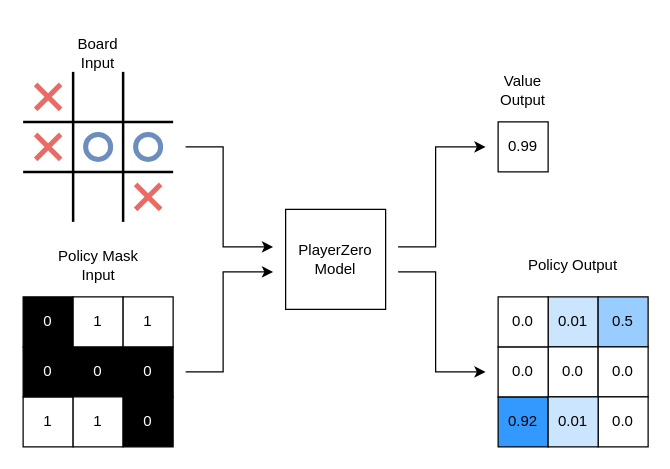
Klazkin/player-zero keeps this draw.io diagram as policy_mask_example.drawio. Above is the earlier version. Source tidied: cells renumbered, new cells numbered last; positions are measured from the earlier drawing's top-left corner, leaving out a move shared by most shapes. Both pictures are drawn from the tidied source at 125%, with x=0, y=0 at pixel (22, 34).
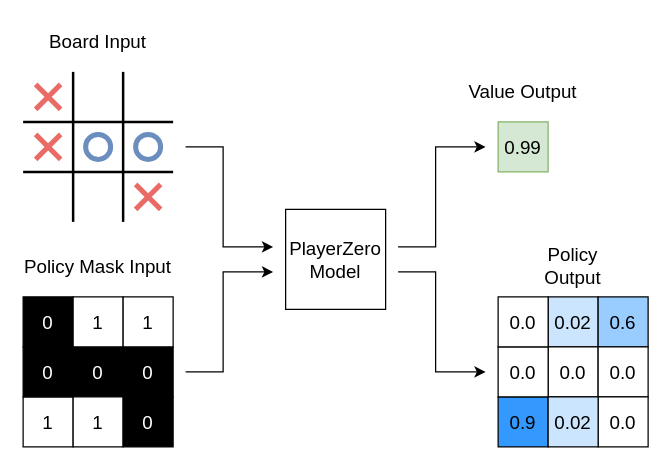
After the change.

Diff of the diagram source:
```diff
@@
-    <mxCell id="2" style="endArrow=none;html=1;rounded=0;strokeWidth=2;" parent="1" edge="1">
+    <mxCell id="2" style="endArrow=none;html=1;rounded=0;strokeWidth=2;fontSize=15;" parent="1" edge="1">
       <mxGeometry relative="1" as="geometry">
         <mxPoint x="40" y="150" as="sourcePoint" />
         <mxPoint x="40" y="30" as="targetPoint" />
       </mxGeometry>
     </mxCell>
-    <mxCell id="3" style="endArrow=none;html=1;rounded=0;strokeWidth=2;" parent="1" edge="1">
+    <mxCell id="3" style="endArrow=none;html=1;rounded=0;strokeWidth=2;fontSize=15;" parent="1" edge="1">
       <mxGeometry relative="1" as="geometry">
         <mxPoint y="110" as="sourcePoint" />
         <mxPoint x="120" y="110" as="targetPoint" />
       </mxGeometry>
     </mxCell>
-    <mxCell id="4" style="endArrow=none;html=1;rounded=0;strokeWidth=2;" parent="1" edge="1">
+    <mxCell id="4" style="endArrow=none;html=1;rounded=0;strokeWidth=2;fontSize=15;" parent="1" edge="1">
       <mxGeometry relative="1" as="geometry">
         <mxPoint x="80" y="150" as="sourcePoint" />
         <mxPoint x="80" y="30" as="targetPoint" />
       </mxGeometry>
     </mxCell>
-    <mxCell id="5" style="endArrow=none;html=1;rounded=0;strokeWidth=2;" parent="1" edge="1">
+    <mxCell id="5" style="endArrow=none;html=1;rounded=0;strokeWidth=2;fontSize=15;" parent="1" edge="1">
       <mxGeometry relative="1" as="geometry">
         <mxPoint y="70" as="sourcePoint" />
         <mxPoint x="120" y="70" as="targetPoint" />
       </mxGeometry>
     </mxCell>
-    <mxCell id="6" style="ellipse;whiteSpace=wrap;html=1;perimeterSpacing=0;strokeWidth=4;fillColor=none;strokeColor=#6c8ebf;" parent="1" vertex="1">
+    <mxCell id="6" style="ellipse;whiteSpace=wrap;html=1;perimeterSpacing=0;strokeWidth=4;fillColor=none;strokeColor=#6c8ebf;fontSize=15;" parent="1" vertex="1">
       <mxGeometry x="90" y="80" width="20" height="20" as="geometry" />
     </mxCell>
-    <mxCell id="7" style="endArrow=none;html=1;rounded=0;strokeWidth=4;strokeColor=#EA6B66;" parent="1" edge="1">
+    <mxCell id="7" style="endArrow=none;html=1;rounded=0;strokeWidth=4;strokeColor=#EA6B66;fontSize=15;" parent="1" edge="1">
       <mxGeometry relative="1" as="geometry">
         <mxPoint x="90" y="120" as="sourcePoint" />
         <mxPoint x="110" y="140" as="targetPoint" />
       </mxGeometry>
     </mxCell>
-    <mxCell id="8" style="endArrow=none;html=1;rounded=0;strokeWidth=4;strokeColor=#EA6B66;" parent="1" edge="1">
+    <mxCell id="8" style="endArrow=none;html=1;rounded=0;strokeWidth=4;strokeColor=#EA6B66;fontSize=15;" parent="1" edge="1">
       <mxGeometry relative="1" as="geometry">
         <mxPoint x="90" y="140" as="sourcePoint" />
         <mxPoint x="110" y="120" as="targetPoint" />
       </mxGeometry>
     </mxCell>
-    <mxCell id="9" style="endArrow=none;html=1;rounded=0;strokeWidth=4;strokeColor=#EA6B66;" parent="1" edge="1">
+    <mxCell id="9" style="endArrow=none;html=1;rounded=0;strokeWidth=4;strokeColor=#EA6B66;fontSize=15;" parent="1" edge="1">
       <mxGeometry relative="1" as="geometry">
         <mxPoint x="10" y="40" as="sourcePoint" />
         <mxPoint x="30" y="60" as="targetPoint" />
       </mxGeometry>
     </mxCell>
-    <mxCell id="10" style="endArrow=none;html=1;rounded=0;strokeWidth=4;strokeColor=#EA6B66;" parent="1" edge="1">
+    <mxCell id="10" style="endArrow=none;html=1;rounded=0;strokeWidth=4;strokeColor=#EA6B66;fontSize=15;" parent="1" edge="1">
       <mxGeometry relative="1" as="geometry">
         <mxPoint x="10" y="60" as="sourcePoint" />
         <mxPoint x="30" y="40" as="targetPoint" />
       </mxGeometry>
     </mxCell>
-    <mxCell id="11" style="ellipse;whiteSpace=wrap;html=1;perimeterSpacing=0;strokeWidth=4;fillColor=none;strokeColor=#6c8ebf;" parent="1" vertex="1">
+    <mxCell id="11" style="ellipse;whiteSpace=wrap;html=1;perimeterSpacing=0;strokeWidth=4;fillColor=none;strokeColor=#6c8ebf;fontSize=15;" parent="1" vertex="1">
       <mxGeometry x="50" y="80" width="20" height="20" as="geometry" />
     </mxCell>
-    <mxCell id="12" style="endArrow=none;html=1;rounded=0;strokeWidth=4;strokeColor=#EA6B66;" parent="1" edge="1">
+    <mxCell id="12" style="endArrow=none;html=1;rounded=0;strokeWidth=4;strokeColor=#EA6B66;fontSize=15;" parent="1" edge="1">
       <mxGeometry relative="1" as="geometry">
         <mxPoint x="10" y="80" as="sourcePoint" />
         <mxPoint x="30" y="100" as="targetPoint" />
       </mxGeometry>
     </mxCell>
-    <mxCell id="13" style="endArrow=none;html=1;rounded=0;strokeWidth=4;strokeColor=#EA6B66;" parent="1" edge="1">
+    <mxCell id="13" style="endArrow=none;html=1;rounded=0;strokeWidth=4;strokeColor=#EA6B66;fontSize=15;" parent="1" edge="1">
       <mxGeometry relative="1" as="geometry">
         <mxPoint x="10" y="100" as="sourcePoint" />
         <mxPoint x="30" y="80" as="targetPoint" />
       </mxGeometry>
     </mxCell>
-    <mxCell id="14" value="1" style="whiteSpace=wrap;html=1;" parent="1" vertex="1">
+    <mxCell id="14" value="1" style="whiteSpace=wrap;html=1;fontSize=15;" parent="1" vertex="1">
       <mxGeometry y="290" width="40" height="40" as="geometry" />
     </mxCell>
-    <mxCell id="15" value="0" style="whiteSpace=wrap;html=1;fillColor=#000000;fontColor=#FFFFFF;" parent="1" vertex="1">
+    <mxCell id="15" value="0" style="whiteSpace=wrap;html=1;fillColor=#000000;fontColor=#FFFFFF;fontSize=15;" parent="1" vertex="1">
       <mxGeometry y="250" width="40" height="40" as="geometry" />
     </mxCell>
-    <mxCell id="16" value="0" style="whiteSpace=wrap;html=1;fillColor=#000000;fontColor=#FFFFFF;" parent="1" vertex="1">
+    <mxCell id="16" value="0" style="whiteSpace=wrap;html=1;fillColor=#000000;fontColor=#FFFFFF;fontSize=15;" parent="1" vertex="1">
       <mxGeometry y="210" width="40" height="40" as="geometry" />
     </mxCell>
-    <mxCell id="17" value="0" style="whiteSpace=wrap;html=1;fillColor=#000000;fontColor=#FFFFFF;" parent="1" vertex="1">
+    <mxCell id="17" value="0" style="whiteSpace=wrap;html=1;fillColor=#000000;fontColor=#FFFFFF;fontSize=15;" parent="1" vertex="1">
       <mxGeometry x="40" y="250" width="40" height="40" as="geometry" />
     </mxCell>
-    <mxCell id="18" value="0" style="whiteSpace=wrap;html=1;fillColor=#000000;fontColor=#FFFFFF;" parent="1" vertex="1">
+    <mxCell id="18" value="0" style="whiteSpace=wrap;html=1;fillColor=#000000;fontColor=#FFFFFF;fontSize=15;" parent="1" vertex="1">
       <mxGeometry x="80" y="250" width="40" height="40" as="geometry" />
     </mxCell>
-    <mxCell id="19" value="1" style="whiteSpace=wrap;html=1;" parent="1" vertex="1">
+    <mxCell id="19" value="1" style="whiteSpace=wrap;html=1;fontSize=15;" parent="1" vertex="1">
       <mxGeometry x="40" y="290" width="40" height="40" as="geometry" />
     </mxCell>
-    <mxCell id="20" value="0" style="whiteSpace=wrap;html=1;fillColor=#000000;fontColor=#FFFFFF;" parent="1" vertex="1">
+    <mxCell id="20" value="0" style="whiteSpace=wrap;html=1;fillColor=#000000;fontColor=#FFFFFF;fontSize=15;" parent="1" vertex="1">
       <mxGeometry x="80" y="290" width="40" height="40" as="geometry" />
     </mxCell>
-    <mxCell id="21" value="1" style="whiteSpace=wrap;html=1;" parent="1" vertex="1">
+    <mxCell id="21" value="1" style="whiteSpace=wrap;html=1;fontSize=15;" parent="1" vertex="1">
       <mxGeometry x="40" y="210" width="40" height="40" as="geometry" />
     </mxCell>
-    <mxCell id="22" value="1" style="whiteSpace=wrap;html=1;" parent="1" vertex="1">
+    <mxCell id="22" value="1" style="whiteSpace=wrap;html=1;fontSize=15;" parent="1" vertex="1">
       <mxGeometry x="80" y="210" width="40" height="40" as="geometry" />
     </mxCell>
-    <mxCell id="23" value="Board Input" style="text;html=1;align=center;verticalAlign=middle;whiteSpace=wrap;rounded=0;" parent="1" vertex="1">
-      <mxGeometry x="30" width="60" height="30" as="geometry" />
+    <mxCell id="23" value="Board Input" style="text;html=1;align=center;verticalAlign=middle;whiteSpace=wrap;rounded=0;fontSize=15;" parent="1" vertex="1">
+      <mxGeometry x="5" y="-10" width="110" height="30" as="geometry" />
     </mxCell>
-    <mxCell id="24" value="Policy Mask Input" style="text;html=1;align=center;verticalAlign=middle;whiteSpace=wrap;rounded=0;" parent="1" vertex="1">
-      <mxGeometry x="12.5" y="170" width="95" height="30" as="geometry" />
+    <mxCell id="24" value="Policy Mask Input" style="text;html=1;align=center;verticalAlign=middle;whiteSpace=wrap;rounded=0;fontSize=15;" parent="1" vertex="1">
+      <mxGeometry y="170" width="120" height="30" as="geometry" />
     </mxCell>
-    <mxCell id="25" style="endArrow=classic;html=1;rounded=0;" parent="1" edge="1">
+    <mxCell id="25" style="endArrow=classic;html=1;rounded=0;fontSize=15;" parent="1" edge="1">
       <mxGeometry relative="1" as="geometry">
         <mxPoint x="130" y="90" as="sourcePoint" />
         <mxPoint x="200" y="170" as="targetPoint" />
         <Array as="points">
           <mxPoint x="160" y="90" />
           <mxPoint x="160" y="170" />
         </Array>
       </mxGeometry>
     </mxCell>
-    <mxCell id="26" style="endArrow=classic;html=1;rounded=0;" parent="1" edge="1">
+    <mxCell id="26" style="endArrow=classic;html=1;rounded=0;fontSize=15;" parent="1" edge="1">
       <mxGeometry relative="1" as="geometry">
         <mxPoint x="130" y="270" as="sourcePoint" />
         <mxPoint x="200" y="190" as="targetPoint" />
         <Array as="points">
           <mxPoint x="160" y="270" />
           <mxPoint x="160" y="190" />
         </Array>
       </mxGeometry>
     </mxCell>
-    <mxCell id="27" value="&lt;div&gt;PlayerZero&lt;br&gt;&lt;/div&gt;&lt;div&gt;Model&lt;/div&gt;" style="whiteSpace=wrap;html=1;" parent="1" vertex="1">
+    <mxCell id="27" value="&lt;div style=&quot;font-size: 15px;&quot;&gt;PlayerZero&lt;br style=&quot;font-size: 15px;&quot;&gt;&lt;/div&gt;&lt;div style=&quot;font-size: 15px;&quot;&gt;Model&lt;/div&gt;" style="whiteSpace=wrap;html=1;fontSize=15;" parent="1" vertex="1">
       <mxGeometry x="210" y="140" width="80" height="80" as="geometry" />
     </mxCell>
-    <mxCell id="28" value="0.92" style="whiteSpace=wrap;html=1;fillColor=#3399FF;" parent="1" vertex="1">
+    <mxCell id="28" value="0.9" style="whiteSpace=wrap;html=1;fillColor=#3399FF;fontSize=15;" parent="1" vertex="1">
       <mxGeometry x="380" y="290" width="40" height="40" as="geometry" />
     </mxCell>
-    <mxCell id="29" value="0.01" style="whiteSpace=wrap;html=1;fillColor=#CCE5FF;" parent="1" vertex="1">
+    <mxCell id="29" value="0.02" style="whiteSpace=wrap;html=1;fillColor=#CCE5FF;fontSize=15;" parent="1" vertex="1">
       <mxGeometry x="420" y="210" width="40" height="40" as="geometry" />
     </mxCell>
-    <mxCell id="30" value="0.5" style="whiteSpace=wrap;html=1;fillColor=#99CCFF;" parent="1" vertex="1">
+    <mxCell id="30" value="0.6" style="whiteSpace=wrap;html=1;fillColor=#99CCFF;fontSize=15;" parent="1" vertex="1">
       <mxGeometry x="460" y="210" width="40" height="40" as="geometry" />
     </mxCell>
-    <mxCell id="31" style="endArrow=classic;html=1;rounded=0;" parent="1" edge="1">
+    <mxCell id="31" style="endArrow=classic;html=1;rounded=0;fontSize=15;" parent="1" edge="1">
       <mxGeometry relative="1" as="geometry">
         <mxPoint x="300" y="190" as="sourcePoint" />
         <mxPoint x="370" y="270" as="targetPoint" />
         <Array as="points">
           <mxPoint x="330" y="190" />
           <mxPoint x="330" y="270" />
         </Array>
       </mxGeometry>
     </mxCell>
-    <mxCell id="32" style="endArrow=classic;html=1;rounded=0;" parent="1" edge="1">
+    <mxCell id="32" style="endArrow=classic;html=1;rounded=0;fontSize=15;" parent="1" edge="1">
       <mxGeometry relative="1" as="geometry">
         <mxPoint x="300" y="170" as="sourcePoint" />
         <mxPoint x="370" y="90" as="targetPoint" />
         <Array as="points">
           <mxPoint x="330" y="170" />
           <mxPoint x="330" y="90" />
         </Array>
       </mxGeometry>
     </mxCell>
-    <mxCell id="33" value="0.99" style="whiteSpace=wrap;html=1;" parent="1" vertex="1">
+    <mxCell id="33" value="0.99" style="whiteSpace=wrap;html=1;fillColor=#d5e8d4;strokeColor=#82b366;fontSize=15;" parent="1" vertex="1">
       <mxGeometry x="380" y="70" width="40" height="40" as="geometry" />
     </mxCell>
-    <mxCell id="34" value="Value Output" style="text;html=1;align=center;verticalAlign=middle;whiteSpace=wrap;rounded=0;" parent="1" vertex="1">
-      <mxGeometry x="370" y="30" width="60" height="30" as="geometry" />
+    <mxCell id="34" value="Value Output" style="text;html=1;align=center;verticalAlign=middle;whiteSpace=wrap;rounded=0;fontSize=15;" parent="1" vertex="1">
+      <mxGeometry x="355" y="30" width="90" height="30" as="geometry" />
     </mxCell>
-    <mxCell id="35" value="Policy Output" style="text;html=1;align=center;verticalAlign=middle;whiteSpace=wrap;rounded=0;" parent="1" vertex="1">
+    <mxCell id="35" value="Policy Output" style="text;html=1;align=center;verticalAlign=middle;whiteSpace=wrap;rounded=0;fontSize=15;" parent="1" vertex="1">
       <mxGeometry x="395" y="170" width="90" height="30" as="geometry" />
     </mxCell>
-    <mxCell id="36" value="0.0" style="whiteSpace=wrap;html=1;" parent="1" vertex="1">
+    <mxCell id="36" value="0.0" style="whiteSpace=wrap;html=1;fontSize=15;" parent="1" vertex="1">
       <mxGeometry x="420" y="250" width="40" height="40" as="geometry" />
     </mxCell>
-    <mxCell id="37" value="0.0" style="whiteSpace=wrap;html=1;" parent="1" vertex="1">
+    <mxCell id="37" value="0.0" style="whiteSpace=wrap;html=1;fontSize=15;" parent="1" vertex="1">
       <mxGeometry x="460" y="250" width="40" height="40" as="geometry" />
     </mxCell>
-    <mxCell id="38" value="0.0" style="whiteSpace=wrap;html=1;" parent="1" vertex="1">
+    <mxCell id="38" value="0.0" style="whiteSpace=wrap;html=1;fontSize=15;" parent="1" vertex="1">
       <mxGeometry x="460" y="290" width="40" height="40" as="geometry" />
     </mxCell>
-    <mxCell id="39" value="0.0" style="whiteSpace=wrap;html=1;" parent="1" vertex="1">
+    <mxCell id="39" value="0.0" style="whiteSpace=wrap;html=1;fontSize=15;" parent="1" vertex="1">
       <mxGeometry x="380" y="250" width="40" height="40" as="geometry" />
     </mxCell>
-    <mxCell id="40" value="0.0" style="whiteSpace=wrap;html=1;" parent="1" vertex="1">
+    <mxCell id="40" value="0.0" style="whiteSpace=wrap;html=1;fontSize=15;" parent="1" vertex="1">
       <mxGeometry x="380" y="210" width="40" height="40" as="geometry" />
     </mxCell>
-    <mxCell id="41" value="0.01" style="whiteSpace=wrap;html=1;fillColor=#CCE5FF;" parent="1" vertex="1">
+    <mxCell id="41" value="0.02" style="whiteSpace=wrap;html=1;fillColor=#CCE5FF;fontSize=15;" parent="1" vertex="1">
       <mxGeometry x="420" y="290" width="40" height="40" as="geometry" />
     </mxCell>
```
